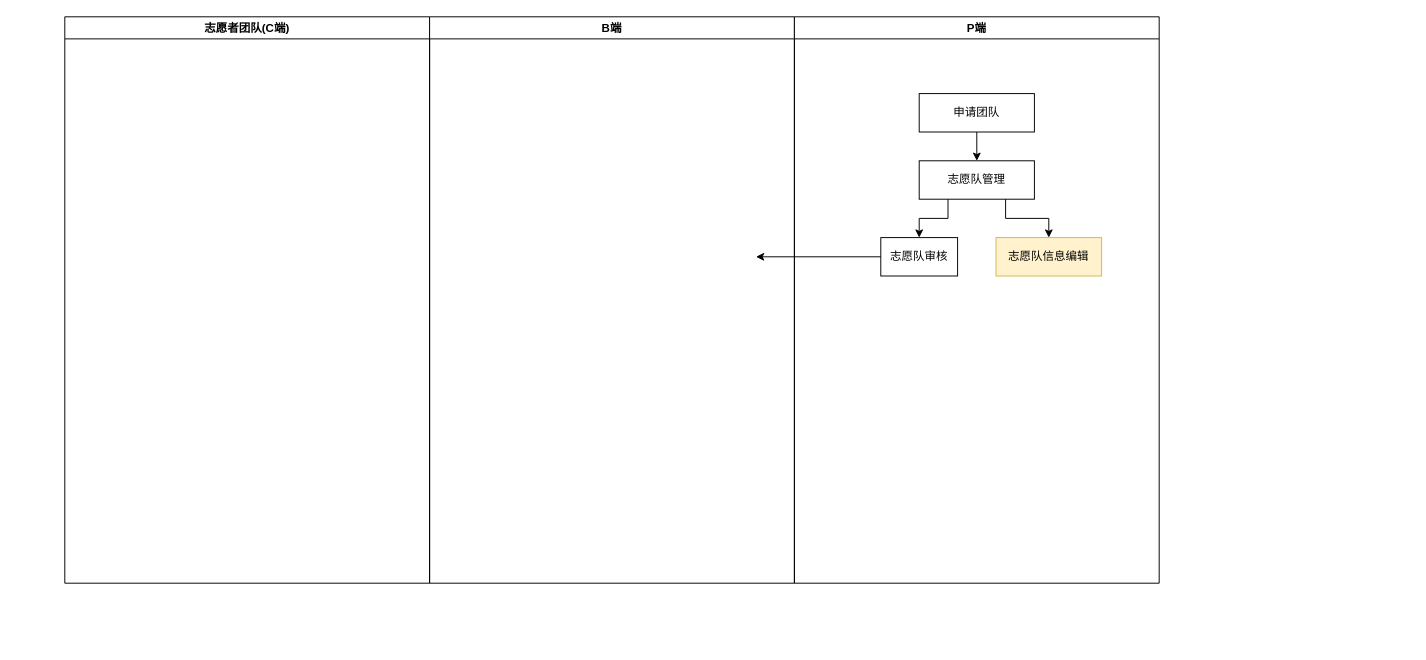
Earlier version of the draw.io diagram 志愿者团队.drawio (KZ137onethe/hello-world). Source tidied: cells renumbered, new cells numbered last; positions are measured from the earlier drawing's top-left corner, leaving out a move shared by most shapes. Both pictures are drawn from the tidied source at 96%, with x=0, y=0 at pixel (64, 16).
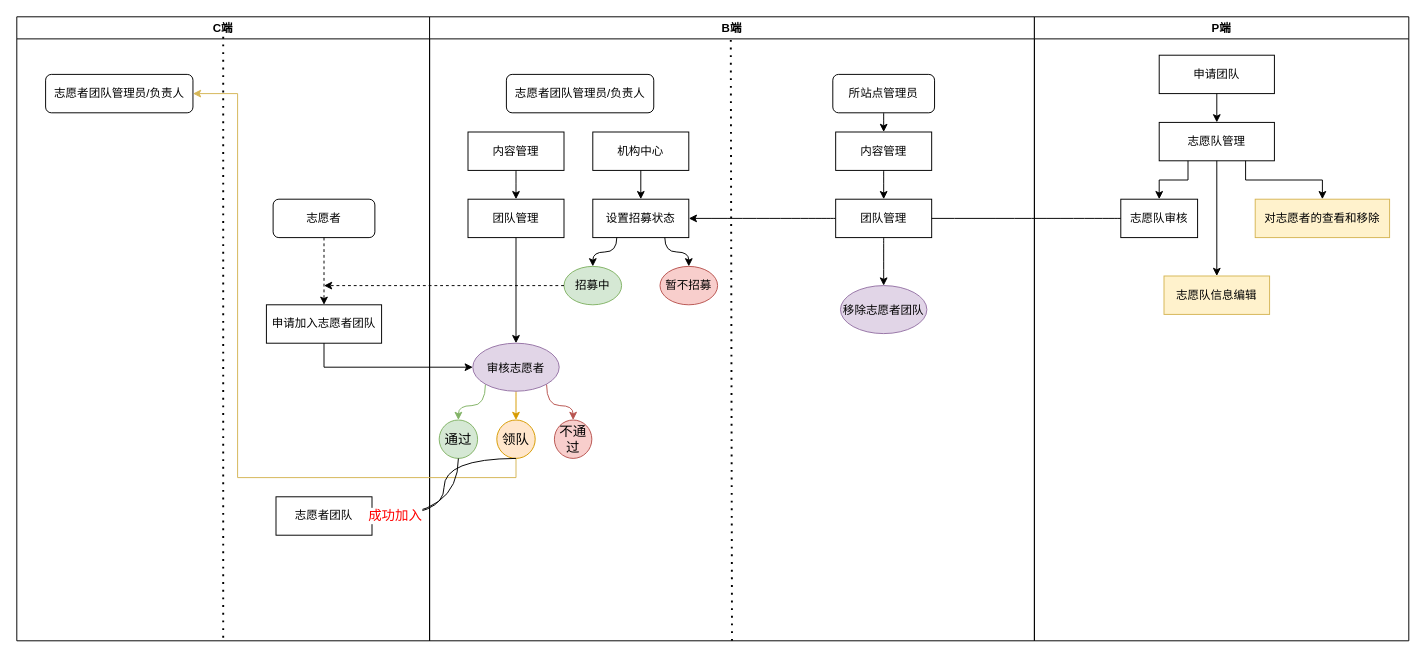
The same page after the edit.

Commit message:
更新志愿者团队.drawio

Diff of the diagram source:
```diff
@@
-    <mxCell id="2" value="志愿者团队(C端)" style="swimlane;" parent="1" vertex="1">
-      <mxGeometry width="380" height="590" as="geometry" />
+    <mxCell id="2" value="C端" style="swimlane;" parent="1" vertex="1">
+      <mxGeometry x="-50" width="430" height="650" as="geometry" />
     </mxCell>
+    <mxCell id="13" value="志愿者" style="rounded=1;whiteSpace=wrap;html=1;" parent="2" vertex="1">
+      <mxGeometry x="267" y="190" width="106" height="40" as="geometry" />
+    </mxCell>
+    <mxCell id="14" value="申请加入志愿者团队" style="rounded=0;whiteSpace=wrap;html=1;" parent="2" vertex="1">
+      <mxGeometry x="260" y="300" width="120" height="40" as="geometry" />
+    </mxCell>
+    <mxCell id="15" style="endArrow=classic;html=1;rounded=0;fontSize=14;fontColor=#FF0000;exitX=0.5;exitY=1;exitDx=0;exitDy=0;entryX=0.5;entryY=0;entryDx=0;entryDy=0;dashed=1;" parent="2" edge="1" source="13" target="14">
+      <mxGeometry relative="1" as="geometry" />
+    </mxCell>
+    <mxCell id="16" value="志愿者团队管理员/负责人" style="rounded=1;whiteSpace=wrap;html=1;" parent="2" vertex="1">
+      <mxGeometry x="30" y="60" width="153.5" height="40" as="geometry" />
+    </mxCell>
+    <mxCell id="17" value="志愿者团队" style="rounded=0;whiteSpace=wrap;html=1;" parent="2" vertex="1">
+      <mxGeometry x="270" y="500" width="100" height="40" as="geometry" />
+    </mxCell>
     <mxCell id="3" value="B端" style="swimlane;" parent="1" vertex="1">
-      <mxGeometry x="380" width="380" height="590" as="geometry" />
+      <mxGeometry x="380" width="630" height="650" as="geometry" />
     </mxCell>
+    <mxCell id="18" value="机构中心" style="rounded=0;whiteSpace=wrap;html=1;" parent="3" vertex="1">
+      <mxGeometry x="170" y="120" width="100" height="40" as="geometry" />
+    </mxCell>
+    <mxCell id="19" value="设置招募状态" style="rounded=0;whiteSpace=wrap;html=1;" parent="3" vertex="1">
+      <mxGeometry x="170" y="190" width="100" height="40" as="geometry" />
+    </mxCell>
+    <mxCell id="20" style="endArrow=classic;html=1;rounded=0;exitX=0.5;exitY=1;exitDx=0;exitDy=0;entryX=0.5;entryY=0;entryDx=0;entryDy=0;" parent="3" edge="1" source="18" target="19">
+      <mxGeometry relative="1" as="geometry" />
+    </mxCell>
+    <mxCell id="21" value="招募中" style="ellipse;whiteSpace=wrap;html=1;fillColor=#d5e8d4;strokeColor=#82b366;" parent="3" vertex="1">
+      <mxGeometry x="140" y="260" width="60" height="40" as="geometry" />
+    </mxCell>
+    <mxCell id="22" value="暂不招募" style="ellipse;whiteSpace=wrap;html=1;fillColor=#f8cecc;strokeColor=#b85450;" parent="3" vertex="1">
+      <mxGeometry x="240" y="260" width="60" height="40" as="geometry" />
+    </mxCell>
+    <mxCell id="23" style="endArrow=classic;html=1;rounded=0;exitX=0.25;exitY=1;exitDx=0;exitDy=0;entryX=0.5;entryY=0;entryDx=0;entryDy=0;edgeStyle=orthogonalEdgeStyle;curved=1;" parent="3" edge="1" source="19" target="21">
+      <mxGeometry relative="1" as="geometry" />
+    </mxCell>
+    <mxCell id="24" style="endArrow=classic;html=1;rounded=0;exitX=0.75;exitY=1;exitDx=0;exitDy=0;entryX=0.5;entryY=0;entryDx=0;entryDy=0;edgeStyle=orthogonalEdgeStyle;curved=1;" parent="3" edge="1" source="19" target="22">
+      <mxGeometry relative="1" as="geometry" />
+    </mxCell>
+    <mxCell id="25" value="内容管理" style="rounded=0;whiteSpace=wrap;html=1;" parent="3" vertex="1">
+      <mxGeometry x="40" y="120" width="100" height="40" as="geometry" />
+    </mxCell>
+    <mxCell id="26" value="团队管理" style="rounded=0;whiteSpace=wrap;html=1;" parent="3" vertex="1">
+      <mxGeometry x="40" y="190" width="100" height="40" as="geometry" />
+    </mxCell>
+    <mxCell id="27" style="endArrow=classic;html=1;rounded=0;fontSize=14;fontColor=#FF0000;curved=1;exitX=0.5;exitY=1;exitDx=0;exitDy=0;" parent="3" edge="1" source="25" target="26">
+      <mxGeometry relative="1" as="geometry" />
+    </mxCell>
+    <mxCell id="28" value="志愿者团队管理员/负责人" style="rounded=1;whiteSpace=wrap;html=1;" parent="3" vertex="1">
+      <mxGeometry x="80" y="60" width="153.5" height="40" as="geometry" />
+    </mxCell>
+    <mxCell id="29" style="endArrow=classic;html=1;rounded=0;fontSize=14;fontColor=#FF0000;strokeColor=#000000;exitX=0.5;exitY=1;exitDx=0;exitDy=0;" parent="3" edge="1" source="26">
+      <mxGeometry relative="1" as="geometry">
+        <mxPoint x="90" y="340" as="targetPoint" />
+      </mxGeometry>
+    </mxCell>
+    <mxCell id="30" value="&lt;font color=&quot;#000000&quot;&gt;通过&lt;/font&gt;" style="ellipse;whiteSpace=wrap;html=1;fontSize=14;fillColor=#d5e8d4;strokeColor=#82b366;" parent="3" vertex="1">
+      <mxGeometry x="10" y="420" width="40" height="40" as="geometry" />
+    </mxCell>
+    <mxCell id="31" value="&lt;font color=&quot;#000000&quot;&gt;不通过&lt;/font&gt;" style="ellipse;whiteSpace=wrap;html=1;fontSize=14;fillColor=#f8cecc;strokeColor=#b85450;" parent="3" vertex="1">
+      <mxGeometry x="130" y="420" width="39" height="40" as="geometry" />
+    </mxCell>
+    <mxCell id="32" value="&lt;font color=&quot;#000000&quot;&gt;领队&lt;/font&gt;" style="ellipse;whiteSpace=wrap;html=1;fontSize=14;fillColor=#ffe6cc;strokeColor=#d79b00;" parent="3" vertex="1">
+      <mxGeometry x="70" y="420" width="40" height="40" as="geometry" />
+    </mxCell>
+    <mxCell id="33" style="endArrow=classic;html=1;rounded=0;fontSize=14;fontColor=#000000;strokeColor=#82b366;exitX=0;exitY=1;exitDx=0;exitDy=0;entryX=0.5;entryY=0;entryDx=0;entryDy=0;edgeStyle=orthogonalEdgeStyle;curved=1;fillColor=#d5e8d4;" parent="3" edge="1" source="39" target="30">
+      <mxGeometry relative="1" as="geometry" />
+    </mxCell>
+    <mxCell id="34" style="endArrow=classic;html=1;rounded=0;fontSize=14;fontColor=#000000;strokeColor=#d79b00;exitX=0.5;exitY=1;exitDx=0;exitDy=0;entryX=0.5;entryY=0;entryDx=0;entryDy=0;edgeStyle=orthogonalEdgeStyle;curved=1;fillColor=#ffe6cc;" parent="3" edge="1" source="39" target="32">
+      <mxGeometry relative="1" as="geometry" />
+    </mxCell>
+    <mxCell id="35" style="endArrow=classic;html=1;rounded=0;fontSize=14;fontColor=#000000;strokeColor=#b85450;exitX=1;exitY=1;exitDx=0;exitDy=0;entryX=0.5;entryY=0;entryDx=0;entryDy=0;edgeStyle=orthogonalEdgeStyle;curved=1;fillColor=#f8cecc;" parent="3" edge="1" source="39" target="31">
+      <mxGeometry relative="1" as="geometry" />
+    </mxCell>
+    <mxCell id="36" value="所站点管理员" style="rounded=1;whiteSpace=wrap;html=1;" parent="3" vertex="1">
+      <mxGeometry x="420" y="60" width="106" height="40" as="geometry" />
+    </mxCell>
+    <mxCell id="37" value="内容管理" style="rounded=0;whiteSpace=wrap;html=1;" parent="3" vertex="1">
+      <mxGeometry x="423" y="120" width="100" height="40" as="geometry" />
+    </mxCell>
+    <mxCell id="38" style="endArrow=classic;html=1;rounded=0;fontSize=14;fontColor=#000000;strokeColor=#000000;curved=1;exitX=0.5;exitY=1;exitDx=0;exitDy=0;entryX=0.5;entryY=0;entryDx=0;entryDy=0;" parent="3" edge="1" source="36" target="37">
+      <mxGeometry relative="1" as="geometry" />
+    </mxCell>
+    <mxCell id="39" value="&lt;span style=&quot;font-size: 12px&quot;&gt;审核志愿者&lt;/span&gt;" style="ellipse;whiteSpace=wrap;html=1;fontSize=14;fillColor=#e1d5e7;strokeColor=#9673a6;" parent="3" vertex="1">
+      <mxGeometry x="45" y="340" width="90" height="50" as="geometry" />
+    </mxCell>
+    <mxCell id="40" value="&lt;span style=&quot;font-size: 12px&quot;&gt;移除志愿者团队&lt;/span&gt;" style="ellipse;whiteSpace=wrap;html=1;fontSize=14;fillColor=#e1d5e7;strokeColor=#9673a6;" parent="3" vertex="1">
+      <mxGeometry x="428" y="280" width="90" height="50" as="geometry" />
+    </mxCell>
     <mxCell id="4" value="P端" style="swimlane;" parent="1" vertex="1">
-      <mxGeometry x="760" width="380" height="590" as="geometry" />
+      <mxGeometry x="1010" width="390" height="650" as="geometry" />
     </mxCell>
     <mxCell id="5" value="申请团队" style="rounded=0;whiteSpace=wrap;html=1;" parent="4" vertex="1">
-      <mxGeometry x="130" y="80" width="120" height="40" as="geometry" />
+      <mxGeometry x="130" y="40" width="120" height="40" as="geometry" />
     </mxCell>
     <mxCell id="6" value="志愿队管理" style="rounded=0;whiteSpace=wrap;html=1;" parent="4" vertex="1">
-      <mxGeometry x="130" y="150" width="120" height="40" as="geometry" />
+      <mxGeometry x="130" y="110" width="120" height="40" as="geometry" />
     </mxCell>
@@
     <mxCell id="8" value="志愿队审核" style="rounded=0;whiteSpace=wrap;html=1;" parent="4" vertex="1">
-      <mxGeometry x="90" y="230" width="80" height="40" as="geometry" />
+      <mxGeometry x="90" y="190" width="80" height="40" as="geometry" />
     </mxCell>
     <mxCell id="9" value="志愿队信息编辑" style="rounded=0;whiteSpace=wrap;html=1;fillColor=#fff2cc;strokeColor=#d6b656;" parent="4" vertex="1">
-      <mxGeometry x="210" y="230" width="110" height="40" as="geometry" />
+      <mxGeometry x="135" y="270" width="110" height="40" as="geometry" />
     </mxCell>
@@
-    <mxCell id="11" style="endArrow=classic;html=1;rounded=0;exitX=0.75;exitY=1;exitDx=0;exitDy=0;entryX=0.5;entryY=0;entryDx=0;entryDy=0;edgeStyle=orthogonalEdgeStyle;" parent="4" edge="1" source="6" target="9">
+    <mxCell id="11" style="endArrow=classic;html=1;rounded=0;exitX=0.5;exitY=1;exitDx=0;exitDy=0;entryX=0.5;entryY=0;entryDx=0;entryDy=0;edgeStyle=orthogonalEdgeStyle;" parent="4" edge="1" source="6" target="9">
       <mxGeometry relative="1" as="geometry" />
     </mxCell>
-    <mxCell id="12" style="endArrow=classic;html=1;rounded=0;exitX=0;exitY=0.5;exitDx=0;exitDy=0;" parent="1" edge="1" source="8">
-      <mxGeometry relative="1" as="geometry">
-        <mxPoint x="720" y="250" as="targetPoint" />
-      </mxGeometry>
-    </mxCell>
+    <mxCell id="41" value="对志愿者的查看和移除" style="rounded=0;whiteSpace=wrap;html=1;fillColor=#fff2cc;strokeColor=#d6b656;" parent="4" vertex="1">
+      <mxGeometry x="230" y="190" width="140" height="40" as="geometry" />
+    </mxCell>
+    <mxCell id="42" style="endArrow=classic;html=1;rounded=0;exitX=0.75;exitY=1;exitDx=0;exitDy=0;entryX=0.5;entryY=0;entryDx=0;entryDy=0;edgeStyle=orthogonalEdgeStyle;" parent="4" edge="1" source="6" target="41">
+      <mxGeometry relative="1" as="geometry" />
+    </mxCell>
+    <mxCell id="43" style="endArrow=none;dashed=1;html=1;dashPattern=1 3;strokeWidth=2;rounded=0;entryX=0.5;entryY=1;entryDx=0;entryDy=0;exitX=0.5;exitY=0.032;exitDx=0;exitDy=0;exitPerimeter=0;" parent="1" edge="1" source="2" target="2">
+      <mxGeometry relative="1" as="geometry" />
+    </mxCell>
+    <mxCell id="44" style="endArrow=classic;html=1;rounded=0;fontSize=14;fontColor=#FF0000;curved=1;exitX=0;exitY=0.5;exitDx=0;exitDy=0;entryX=1;entryY=0.5;entryDx=0;entryDy=0;startArrow=none;" parent="1" edge="1" source="48" target="19">
+      <mxGeometry relative="1" as="geometry" />
+    </mxCell>
+    <mxCell id="45" style="endArrow=classic;html=1;rounded=0;fontSize=14;fontColor=#FF0000;exitX=0;exitY=0.5;exitDx=0;exitDy=0;dashed=1;strokeColor=#000000;" parent="1" edge="1" source="21">
+      <mxGeometry relative="1" as="geometry">
+        <mxPoint x="270" y="280" as="targetPoint" />
+      </mxGeometry>
+    </mxCell>
+    <mxCell id="46" style="endArrow=classic;html=1;rounded=0;fontSize=14;fontColor=#FF0000;strokeColor=#000000;exitX=0.5;exitY=1;exitDx=0;exitDy=0;entryX=0;entryY=0.5;entryDx=0;entryDy=0;" parent="1" edge="1" source="14" target="39">
+      <mxGeometry relative="1" as="geometry">
+        <Array as="points">
+          <mxPoint x="270" y="365" />
+        </Array>
+      </mxGeometry>
+    </mxCell>
+    <mxCell id="47" style="endArrow=none;dashed=1;html=1;dashPattern=1 3;strokeWidth=2;rounded=0;fontSize=14;fontColor=#000000;curved=1;exitX=0.498;exitY=0.037;exitDx=0;exitDy=0;exitPerimeter=0;entryX=0.5;entryY=1;entryDx=0;entryDy=0;" parent="1" edge="1" source="3" target="3">
+      <mxGeometry relative="1" as="geometry" />
+    </mxCell>
+    <mxCell id="48" value="团队管理" style="rounded=0;whiteSpace=wrap;html=1;" parent="1" vertex="1">
+      <mxGeometry x="803" y="190" width="100" height="40" as="geometry" />
+    </mxCell>
+    <mxCell id="49" style="endArrow=none;html=1;rounded=0;fontSize=14;fontColor=#FF0000;curved=1;exitX=0;exitY=0.5;exitDx=0;exitDy=0;entryX=1;entryY=0.5;entryDx=0;entryDy=0;" parent="1" edge="1" source="8" target="48">
+      <mxGeometry relative="1" as="geometry" />
+    </mxCell>
+    <mxCell id="50" style="endArrow=classic;html=1;rounded=0;fontSize=14;fontColor=#000000;strokeColor=#000000;curved=1;exitX=0.5;exitY=1;exitDx=0;exitDy=0;entryX=0.5;entryY=0;entryDx=0;entryDy=0;" parent="1" edge="1" source="37" target="48">
+      <mxGeometry relative="1" as="geometry" />
+    </mxCell>
+    <mxCell id="51" style="endArrow=classic;html=1;rounded=0;fontSize=14;fontColor=#000000;strokeColor=#000000;curved=1;exitX=0.5;exitY=1;exitDx=0;exitDy=0;" parent="1" edge="1" source="48">
+      <mxGeometry relative="1" as="geometry">
+        <mxPoint x="853" y="280" as="targetPoint" />
+      </mxGeometry>
+    </mxCell>
+    <mxCell id="52" style="endArrow=classic;html=1;rounded=0;fontSize=14;fontColor=#000000;strokeColor=#d6b656;exitX=0.5;exitY=1;exitDx=0;exitDy=0;entryX=1;entryY=0.5;entryDx=0;entryDy=0;fillColor=#fff2cc;" parent="1" edge="1" source="32" target="16">
+      <mxGeometry relative="1" as="geometry">
+        <Array as="points">
+          <mxPoint x="470" y="480" />
+          <mxPoint x="180" y="480" />
+          <mxPoint x="180" y="80" />
+        </Array>
+      </mxGeometry>
+    </mxCell>
+    <mxCell id="53" style="endArrow=classic;html=1;rounded=0;exitX=0.5;exitY=1;exitDx=0;exitDy=0;entryX=1;entryY=0.5;entryDx=0;entryDy=0;edgeStyle=orthogonalEdgeStyle;curved=1;" parent="1" edge="1" source="30" target="17">
+      <mxGeometry relative="1" as="geometry" />
+    </mxCell>
+    <mxCell id="54" style="endArrow=classic;html=1;rounded=0;edgeStyle=orthogonalEdgeStyle;curved=1;entryX=1;entryY=0.5;entryDx=0;entryDy=0;" parent="1" edge="1" target="17">
+      <mxGeometry relative="1" as="geometry">
+        <mxPoint x="470" y="460" as="sourcePoint" />
+      </mxGeometry>
+    </mxCell>
+    <mxCell id="55" value="&lt;font style=&quot;font-size: 14px&quot; color=&quot;#ff0000&quot;&gt;成功加入&lt;/font&gt;" style="edgeLabel;html=1;align=center;verticalAlign=middle;" parent="54" vertex="1">
+      <mxGeometry x="0.78" y="-1" relative="1" as="geometry" />
+    </mxCell>
```
